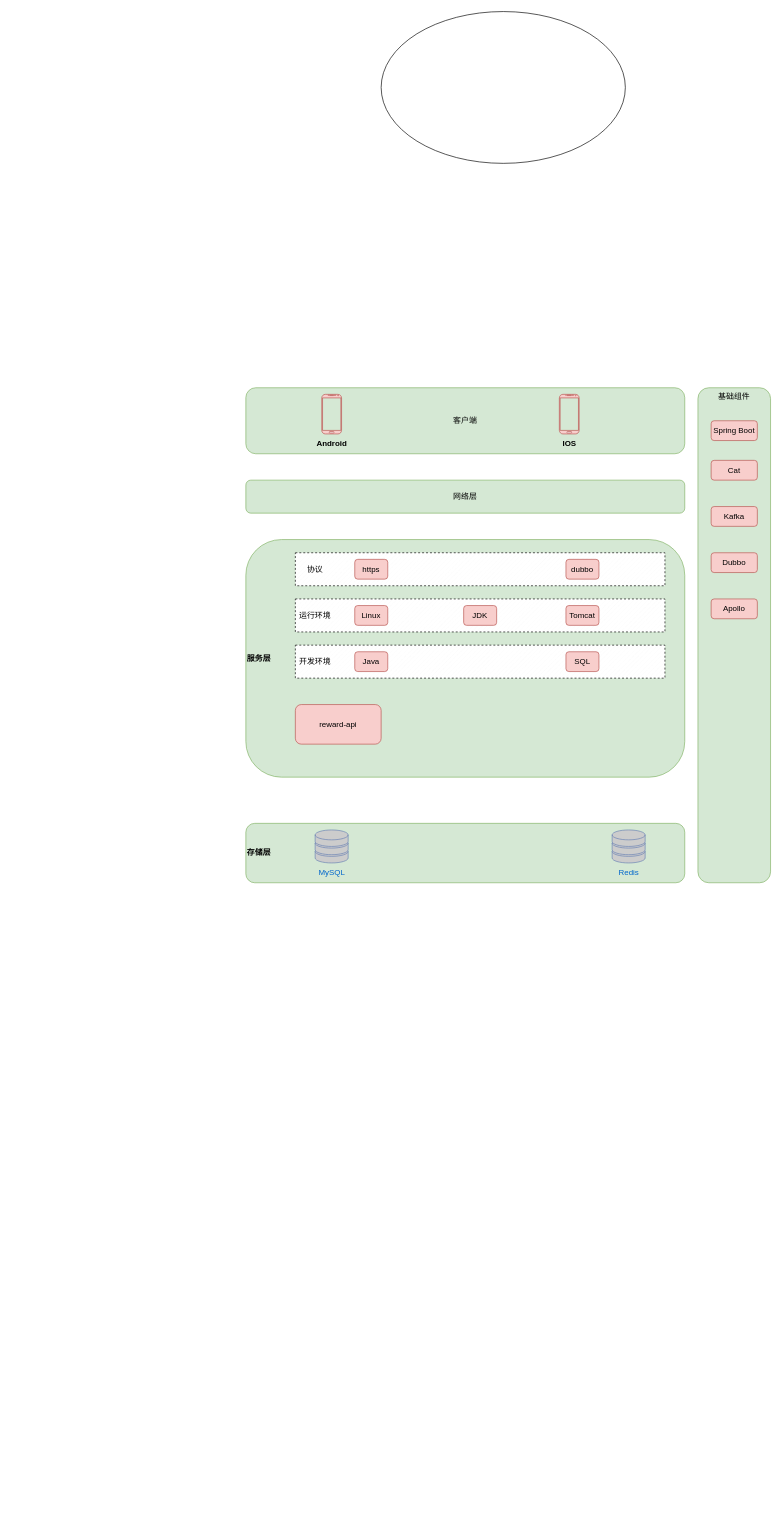
seuzxc/book keeps this draw.io diagram as 未命名绘图.drawio. Above is the earlier version. Source tidied: cells renumbered, new cells numbered last; positions are measured from the earlier drawing's top-left corner, leaving out a move shared by most shapes. Both pictures are drawn from the tidied source at 66%, with x=0, y=0 at pixel (246, 11).
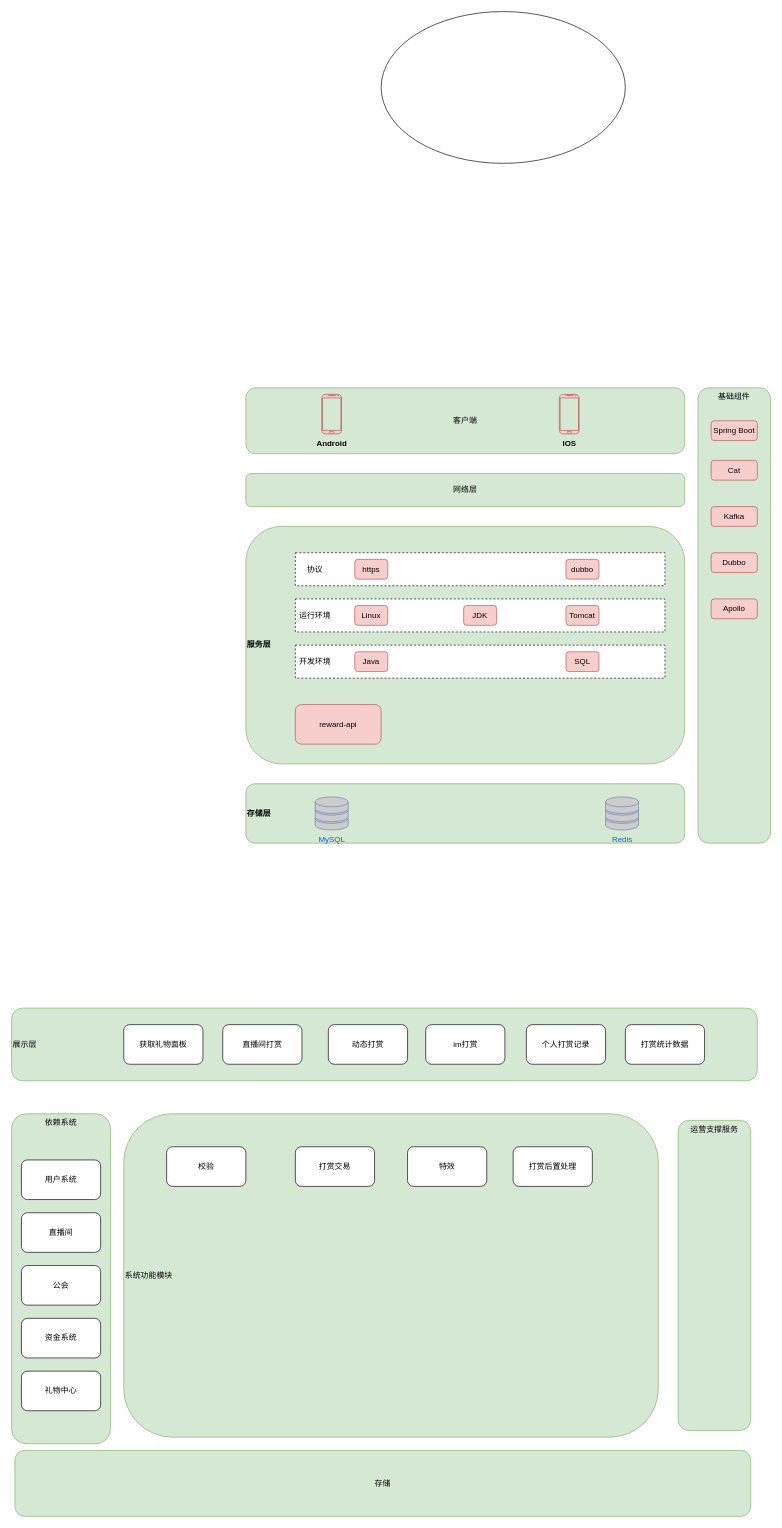
After the change.

Commit message:
更新未命名绘图.drawio

Diff of the diagram source:
```diff
@@
     <mxCell id="8" value="网络层" style="rounded=1;whiteSpace=wrap;html=1;fillColor=#d5e8d4;strokeColor=#82b366;" parent="1" vertex="1">
-      <mxGeometry y="710" width="665" height="50" as="geometry" />
+      <mxGeometry y="700" width="665" height="50" as="geometry" />
     </mxCell>
     <mxCell id="9" value="&lt;b&gt;服务层&lt;/b&gt;" style="rounded=1;whiteSpace=wrap;html=1;fillColor=#d5e8d4;strokeColor=#82b366;align=left;" parent="1" vertex="1">
-      <mxGeometry y="800" width="665" height="360" as="geometry" />
+      <mxGeometry y="780" width="665" height="360" as="geometry" />
     </mxCell>
@@
     <mxCell id="24" value="基础组件" style="rounded=1;whiteSpace=wrap;html=1;verticalAlign=top;fillColor=#d5e8d4;strokeColor=#82b366;" parent="1" vertex="1">
-      <mxGeometry x="685" y="570" width="110" height="750" as="geometry" />
+      <mxGeometry x="685" y="570" width="110" height="690" as="geometry" />
     </mxCell>
     <mxCell id="25" value="&lt;b&gt;存储层&lt;/b&gt;" style="rounded=1;whiteSpace=wrap;html=1;align=left;fillColor=#d5e8d4;strokeColor=#82b366;" parent="1" vertex="1">
-      <mxGeometry y="1230" width="665" height="90" as="geometry" />
+      <mxGeometry y="1170" width="665" height="90" as="geometry" />
     </mxCell>
     <mxCell id="26" value="MySQL" style="fontColor=#0066CC;verticalAlign=top;verticalLabelPosition=bottom;labelPosition=center;align=center;html=1;fillColor=#CCCCCC;strokeColor=#6881B3;gradientColor=none;gradientDirection=north;strokeWidth=2;shape=mxgraph.networks.storage;" parent="1" vertex="1">
-      <mxGeometry x="105" y="1240" width="50" height="50" as="geometry" />
+      <mxGeometry x="105" y="1190" width="50" height="50" as="geometry" />
     </mxCell>
     <mxCell id="27" value="Redis" style="fontColor=#0066CC;verticalAlign=top;verticalLabelPosition=bottom;labelPosition=center;align=center;html=1;fillColor=#CCCCCC;strokeColor=#6881B3;gradientColor=none;gradientDirection=north;strokeWidth=2;shape=mxgraph.networks.storage;" parent="1" vertex="1">
-      <mxGeometry x="555" y="1240" width="50" height="50" as="geometry" />
+      <mxGeometry x="545" y="1190" width="50" height="50" as="geometry" />
     </mxCell>
@@
+    <mxCell id="33" value="展示层" style="rounded=1;whiteSpace=wrap;html=1;fillColor=#d5e8d4;strokeColor=#82b366;align=left;" parent="1" vertex="1">
+      <mxGeometry x="-355" y="1510" width="1130" height="110" as="geometry" />
+    </mxCell>
+    <mxCell id="34" value="系统功能模块" style="rounded=1;whiteSpace=wrap;html=1;fillColor=#d5e8d4;strokeColor=#82b366;align=left;" parent="1" vertex="1">
+      <mxGeometry x="-185" y="1670" width="810" height="490" as="geometry" />
+    </mxCell>
+    <mxCell id="35" value="依赖系统" style="rounded=1;whiteSpace=wrap;html=1;fillColor=#d5e8d4;strokeColor=#82b366;verticalAlign=top;" parent="1" vertex="1">
+      <mxGeometry x="-355" y="1670" width="150" height="500" as="geometry" />
+    </mxCell>
+    <mxCell id="36" value="运营支撑服务" style="rounded=1;whiteSpace=wrap;html=1;fillColor=#d5e8d4;strokeColor=#82b366;verticalAlign=top;" parent="1" vertex="1">
+      <mxGeometry x="655" y="1680" width="110" height="470" as="geometry" />
+    </mxCell>
+    <mxCell id="37" value="存储" style="rounded=1;whiteSpace=wrap;html=1;fillColor=#d5e8d4;strokeColor=#82b366;" parent="1" vertex="1">
+      <mxGeometry x="-350" y="2180" width="1115" height="100" as="geometry" />
+    </mxCell>
+    <mxCell id="38" value="获取礼物面板" style="rounded=1;whiteSpace=wrap;html=1;" parent="1" vertex="1">
+      <mxGeometry x="-185" y="1535" width="120" height="60" as="geometry" />
+    </mxCell>
+    <mxCell id="39" value="直播间打赏" style="rounded=1;whiteSpace=wrap;html=1;" parent="1" vertex="1">
+      <mxGeometry x="-35" y="1535" width="120" height="60" as="geometry" />
+    </mxCell>
+    <mxCell id="40" value="动态打赏" style="rounded=1;whiteSpace=wrap;html=1;" parent="1" vertex="1">
+      <mxGeometry x="125" y="1535" width="120" height="60" as="geometry" />
+    </mxCell>
+    <mxCell id="41" value="im打赏" style="rounded=1;whiteSpace=wrap;html=1;" parent="1" vertex="1">
+      <mxGeometry x="272.5" y="1535" width="120" height="60" as="geometry" />
+    </mxCell>
+    <mxCell id="42" value="个人打赏记录" style="rounded=1;whiteSpace=wrap;html=1;" parent="1" vertex="1">
+      <mxGeometry x="425" y="1535" width="120" height="60" as="geometry" />
+    </mxCell>
+    <mxCell id="43" value="打赏统计数据" style="rounded=1;whiteSpace=wrap;html=1;" parent="1" vertex="1">
+      <mxGeometry x="575" y="1535" width="120" height="60" as="geometry" />
+    </mxCell>
+    <mxCell id="44" value="校验" style="rounded=1;whiteSpace=wrap;html=1;" parent="1" vertex="1">
+      <mxGeometry x="-120" y="1720" width="120" height="60" as="geometry" />
+    </mxCell>
+    <mxCell id="45" value="打赏交易" style="rounded=1;whiteSpace=wrap;html=1;" parent="1" vertex="1">
+      <mxGeometry x="75" y="1720" width="120" height="60" as="geometry" />
+    </mxCell>
+    <mxCell id="46" value="特效" style="rounded=1;whiteSpace=wrap;html=1;" parent="1" vertex="1">
+      <mxGeometry x="245" y="1720" width="120" height="60" as="geometry" />
+    </mxCell>
+    <mxCell id="47" value="打赏后置处理" style="rounded=1;whiteSpace=wrap;html=1;" parent="1" vertex="1">
+      <mxGeometry x="405" y="1720" width="120" height="60" as="geometry" />
+    </mxCell>
+    <mxCell id="48" value="用户系统" style="rounded=1;whiteSpace=wrap;html=1;" parent="1" vertex="1">
+      <mxGeometry x="-340" y="1740" width="120" height="60" as="geometry" />
+    </mxCell>
+    <mxCell id="49" value="直播间" style="rounded=1;whiteSpace=wrap;html=1;" parent="1" vertex="1">
+      <mxGeometry x="-340" y="1820" width="120" height="60" as="geometry" />
+    </mxCell>
+    <mxCell id="50" value="公会" style="rounded=1;whiteSpace=wrap;html=1;" parent="1" vertex="1">
+      <mxGeometry x="-340" y="1900" width="120" height="60" as="geometry" />
+    </mxCell>
+    <mxCell id="51" value="资金系统" style="rounded=1;whiteSpace=wrap;html=1;" parent="1" vertex="1">
+      <mxGeometry x="-340" y="1980" width="120" height="60" as="geometry" />
+    </mxCell>
+    <mxCell id="52" value="礼物中心" style="rounded=1;whiteSpace=wrap;html=1;" parent="1" vertex="1">
+      <mxGeometry x="-340" y="2060" width="120" height="60" as="geometry" />
+    </mxCell>
```
